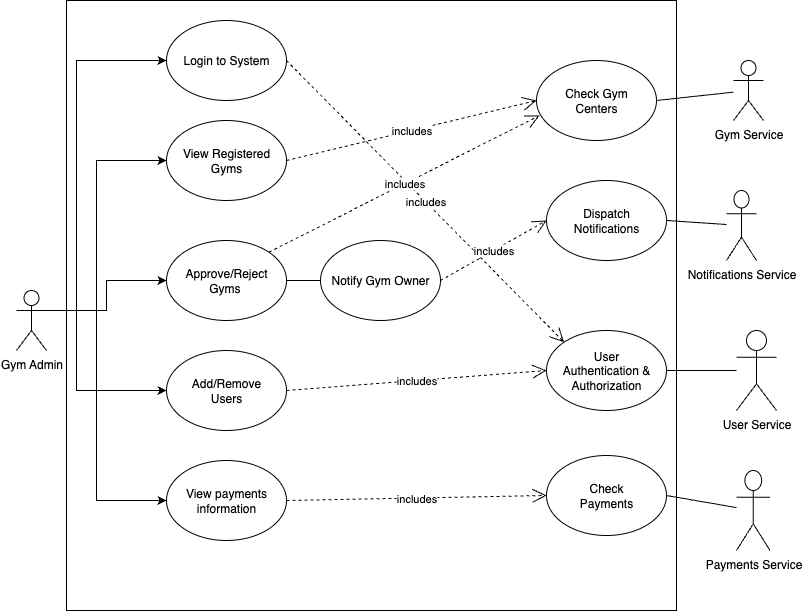
Above: UML-Artifacts/Flipfit-Usecase-Diagrams/gym-admin-UC.drawio.png in ihita2812/JEDI-Flipkart-Development-Group-B (draw.io), before the change. Source tidied: cells renumbered, new cells last; positions are measured from the earlier drawing's top-left corner, leaving out a move shared by most shapes.
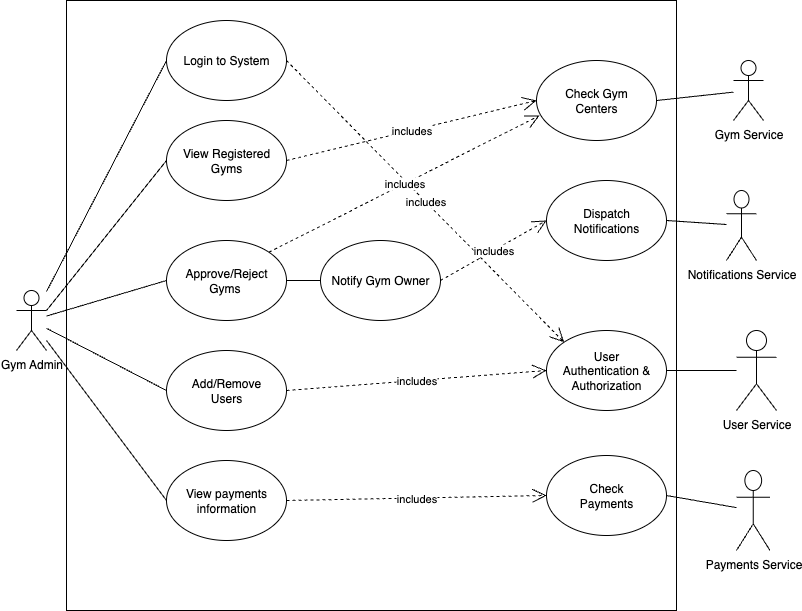
The same diagram one commit later.

Change to the diagram source:
```diff
@@ -20,49 +20,6 @@
     <mxCell id="7" value="Login to System" style="ellipse;whiteSpace=wrap;html=1;" parent="1" vertex="1">
       <mxGeometry x="150" y="20" width="120" height="80" as="geometry" />
     </mxCell>
-    <mxCell id="8" style="endArrow=classic;html=1;rounded=0;exitX=1;exitY=0.3333333333333333;exitDx=0;exitDy=0;exitPerimeter=0;entryX=0;entryY=0.5;entryDx=0;entryDy=0;" parent="1" edge="1" source="3" target="7">
-      <mxGeometry relative="1" as="geometry">
-        <Array as="points">
-          <mxPoint x="60" y="310" />
-          <mxPoint x="60" y="60" />
-        </Array>
-      </mxGeometry>
-    </mxCell>
-    <mxCell id="9" style="endArrow=classic;html=1;rounded=0;entryX=0;entryY=0.5;entryDx=0;entryDy=0;exitX=1;exitY=0.3333333333333333;exitDx=0;exitDy=0;exitPerimeter=0;" parent="1" edge="1" source="3">
-      <mxGeometry relative="1" as="geometry">
-        <mxPoint x="150" y="160" as="targetPoint" />
-        <Array as="points">
-          <mxPoint x="80" y="310" />
-          <mxPoint x="80" y="160" />
-        </Array>
-      </mxGeometry>
-    </mxCell>
-    <mxCell id="10" style="endArrow=classic;html=1;rounded=0;entryX=0;entryY=0.5;entryDx=0;entryDy=0;exitX=1;exitY=0.3333333333333333;exitDx=0;exitDy=0;exitPerimeter=0;" parent="1" edge="1" source="3" target="4">
-      <mxGeometry relative="1" as="geometry">
-        <Array as="points">
-          <mxPoint x="90" y="310" />
-          <mxPoint x="90" y="280" />
-        </Array>
-      </mxGeometry>
-    </mxCell>
-    <mxCell id="11" style="endArrow=classic;html=1;rounded=0;entryX=0;entryY=0.5;entryDx=0;entryDy=0;" parent="1" edge="1" target="5">
-      <mxGeometry relative="1" as="geometry">
-        <mxPoint x="40" y="310" as="sourcePoint" />
-        <Array as="points">
-          <mxPoint x="60" y="310" />
-          <mxPoint x="60" y="390" />
-        </Array>
-      </mxGeometry>
-    </mxCell>
-    <mxCell id="12" style="endArrow=classic;html=1;rounded=0;entryX=0;entryY=0.5;entryDx=0;entryDy=0;" parent="1" edge="1" target="6">
-      <mxGeometry relative="1" as="geometry">
-        <mxPoint x="30" y="310" as="sourcePoint" />
-        <Array as="points">
-          <mxPoint x="80" y="310" />
-          <mxPoint x="80" y="500" />
-        </Array>
-      </mxGeometry>
-    </mxCell>
     <mxCell id="13" style="endArrow=classic;html=1;rounded=0;exitX=1;exitY=0.5;exitDx=0;exitDy=0;entryX=0;entryY=0.5;entryDx=0;entryDy=0;" parent="1" edge="1" source="4">
       <mxGeometry relative="1" as="geometry">
         <mxPoint x="320" y="280" as="targetPoint" />
@@ -128,5 +85,20 @@
     <mxCell id="33" value="includes" style="endArrow=open;endSize=12;dashed=1;html=1;rounded=0;exitX=1;exitY=0.5;exitDx=0;exitDy=0;entryX=0;entryY=0.5;entryDx=0;entryDy=0;" parent="1" edge="1" source="6" target="23">
       <mxGeometry relative="1" as="geometry" />
     </mxCell>
+    <mxCell id="8" style="endArrow=none;html=1;rounded=0;entryX=0;entryY=0.5;entryDx=0;entryDy=0;" parent="1" edge="1" source="3" target="7">
+      <mxGeometry relative="1" as="geometry" />
+    </mxCell>
+    <mxCell id="34" style="endArrow=none;html=1;rounded=0;entryX=0;entryY=0.5;entryDx=0;entryDy=0;" parent="1" edge="1" source="3" target="6">
+      <mxGeometry relative="1" as="geometry" />
+    </mxCell>
+    <mxCell id="35" style="endArrow=none;html=1;rounded=0;entryX=0;entryY=0.5;entryDx=0;entryDy=0;" parent="1" edge="1" source="3" target="5">
+      <mxGeometry relative="1" as="geometry" />
+    </mxCell>
+    <mxCell id="10" style="endArrow=none;html=1;rounded=0;entryX=0;entryY=0.5;entryDx=0;entryDy=0;" parent="1" edge="1" source="3" target="4">
+      <mxGeometry relative="1" as="geometry" />
+    </mxCell>
+    <mxCell id="36" style="endArrow=none;html=1;rounded=0;entryX=0;entryY=0.5;entryDx=0;entryDy=0;exitX=1;exitY=0.3333333333333333;exitDx=0;exitDy=0;exitPerimeter=0;" parent="1" edge="1" source="3" target="16">
+      <mxGeometry relative="1" as="geometry" />
+    </mxCell>
   </root>
 </mxGraphModel>
```
